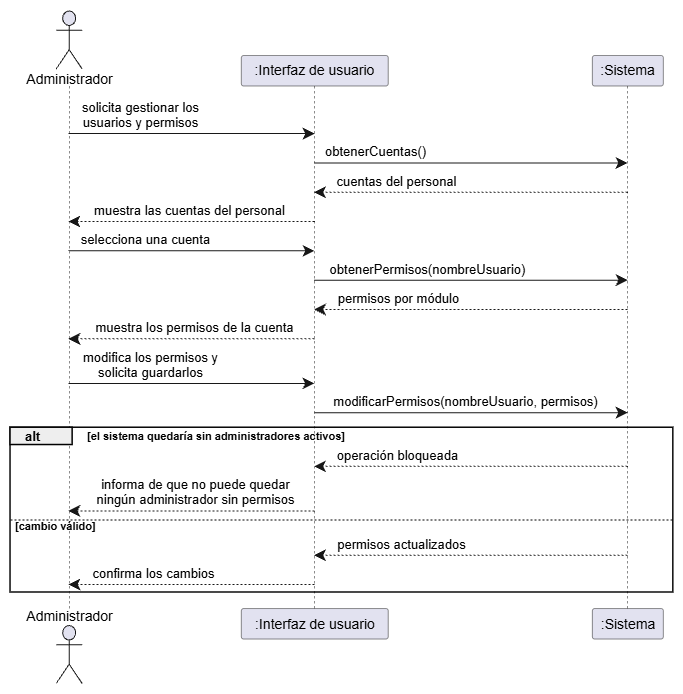
Earlier version of the draw.io export assets/DS GESTIONAR PERMISOS DEL SISTEMA.png (gis-ir/IR2627-G1-06). Source tidied: cells renumbered, new cells last; positions are measured from the earlier drawing's top-left corner, leaving out a move shared by most shapes.
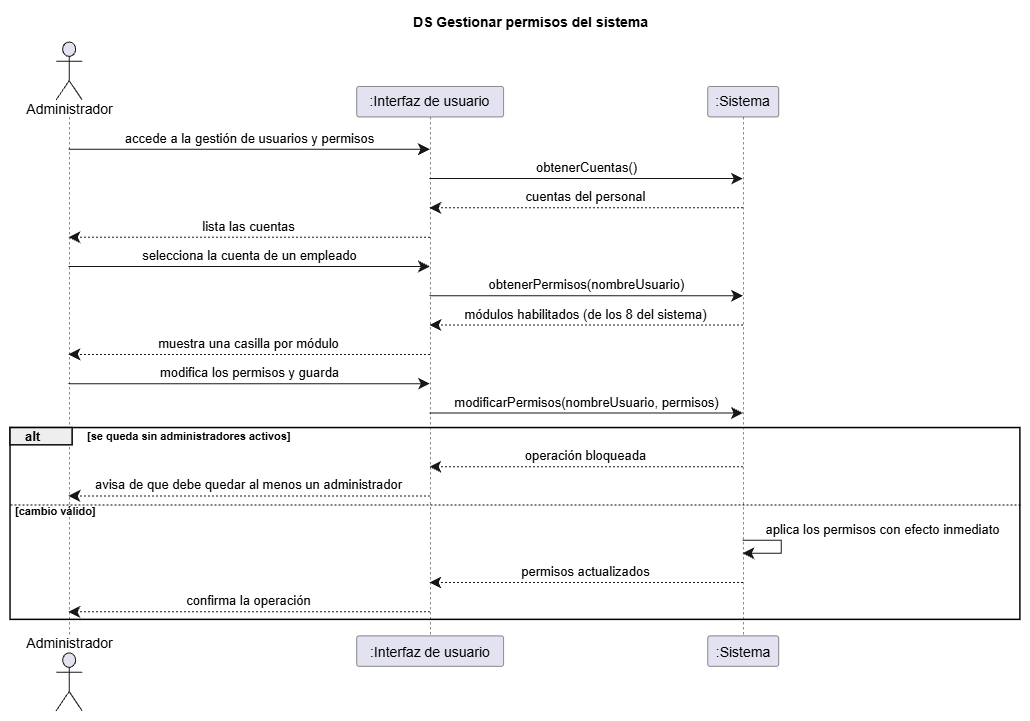
Above is the later version.

Diff of the diagram source:
```diff
@@ -5,135 +5,151 @@
     <mxCell id="2" style="group;transparentBounds=1;editIcon=1;lockedGroup=0;groupPadding=10;" parent="1" vertex="1">
       <mxGeometry as="geometry" />
     </mxCell>
-    <mxCell id="3" style="shape=umlLifeline;perimeter=lifelinePerimeter;participant=headless;size=75.49;lifelineMirror=1;dashPattern=5 5;outlineConnect=0;portConstraint=eastwest;newEdgeStyle={&quot;edgeStyle&quot;:&quot;sequenceEdgeStyle&quot;,&quot;libavoidRouting&quot;:0,&quot;curved&quot;:0,&quot;rounded&quot;:0};fillColor=none;strokeColor=#181818;strokeWidth=0.5;" parent="2" vertex="1">
-      <mxGeometry x="40" y="30" width="97.3" height="673.5" as="geometry" />
-    </mxCell>
+    <mxCell id="27" style="shape=umlLifeline;perimeter=lifelinePerimeter;participant=headless;size=75.49;lifelineMirror=1;dashPattern=5 5;outlineConnect=0;portConstraint=eastwest;newEdgeStyle={&quot;edgeStyle&quot;:&quot;sequenceEdgeStyle&quot;,&quot;libavoidRouting&quot;:0,&quot;curved&quot;:0,&quot;rounded&quot;:0};fillColor=none;strokeColor=#181818;strokeWidth=0.5;" parent="2" vertex="1">
+      <mxGeometry x="40" y="61" width="97.3" height="669.9" as="geometry" />
+    </mxCell>
-    <mxCell id="4" value="Administrador" style="shape=umlActor;verticalLabelPosition=bottom;verticalAlign=top;spacingTop=-5;fillColor=#E2E2F0;strokeColor=#181818;fontColor=#000000;fontSize=14;html=1;shadow=0;" parent="3" vertex="1">
+    <mxCell id="4" value="Administrador" style="shape=umlActor;verticalLabelPosition=bottom;verticalAlign=top;spacingTop=-5;fillColor=#E2E2F0;strokeColor=#181818;fontColor=#000000;fontSize=14;html=1;shadow=0;" parent="27" vertex="1">
       <mxGeometry x="35.6" y="0.5" width="26" height="58" as="geometry" />
     </mxCell>
-    <mxCell id="5" value="Administrador" style="shape=umlActor;verticalLabelPosition=top;verticalAlign=bottom;spacingBottom=-2.5;fillColor=#E2E2F0;strokeColor=#181818;fontColor=#000000;fontSize=14;html=1;shadow=0;" parent="3" vertex="1">
-      <mxGeometry x="35.6" y="615" width="26" height="58" as="geometry" />
+    <mxCell id="5" value="Administrador" style="shape=umlActor;verticalLabelPosition=top;verticalAlign=bottom;spacingBottom=-2.5;fillColor=#E2E2F0;strokeColor=#181818;fontColor=#000000;fontSize=14;html=1;shadow=0;" parent="27" vertex="1">
+      <mxGeometry x="35.6" y="611.4" width="26" height="58" as="geometry" />
     </mxCell>
     <mxCell id="6" value=":Interfaz de usuario" style="shape=umlLifeline;perimeter=lifelinePerimeter;size=30.49;lifelineMirror=1;dashPattern=5 5;outlineConnect=0;portConstraint=eastwest;newEdgeStyle={&quot;edgeStyle&quot;:&quot;sequenceEdgeStyle&quot;,&quot;libavoidRouting&quot;:0,&quot;curved&quot;:0,&quot;rounded&quot;:0};rounded=1;absoluteArcSize=1;arcSize=5;fillColor=#E2E2F0;strokeColor=#181818;strokeWidth=0.5;fontColor=#000000;fontSize=14;whiteSpace=wrap;html=1;shadow=0;" parent="2" vertex="1">
-      <mxGeometry x="260.8" y="75" width="146.9" height="583.5" as="geometry" />
+      <mxGeometry x="376.2" y="106" width="146.9" height="579.9" as="geometry" />
     </mxCell>
     <mxCell id="7" value=":Sistema" style="shape=umlLifeline;perimeter=lifelinePerimeter;size=30.49;lifelineMirror=1;dashPattern=5 5;outlineConnect=0;portConstraint=eastwest;newEdgeStyle={&quot;edgeStyle&quot;:&quot;sequenceEdgeStyle&quot;,&quot;libavoidRouting&quot;:0,&quot;curved&quot;:0,&quot;rounded&quot;:0};rounded=1;absoluteArcSize=1;arcSize=5;fillColor=#E2E2F0;strokeColor=#181818;strokeWidth=0.5;fontColor=#000000;fontSize=14;whiteSpace=wrap;html=1;shadow=0;" parent="2" vertex="1">
-      <mxGeometry x="611.9" y="75" width="71" height="583.5" as="geometry" />
+      <mxGeometry x="727.2" y="106" width="71" height="579.9" as="geometry" />
     </mxCell>
-    <mxCell id="8" style="rounded=0;fillColor=none;strokeColor=#000000;strokeWidth=1.5;shadow=0;" parent="2" vertex="1">
-      <mxGeometry x="30" y="447.2" width="662.8" height="164.8" as="geometry" />
-    </mxCell>
+    <mxCell id="28" style="rounded=0;fillColor=none;strokeColor=#000000;strokeWidth=1.5;shadow=0;" parent="2" vertex="1">
+      <mxGeometry x="30" y="447.5" width="1009.9" height="191.8" as="geometry" />
+    </mxCell>
-    <mxCell id="9" value="alt" style="rounded=0;fillColor=#EEEEEE;strokeColor=#000000;strokeWidth=1.5;fontColor=#000000;fontSize=13;fontStyle=1;align=left;spacingLeft=13;verticalAlign=middle;html=1;shadow=0;" parent="8" vertex="1">
+    <mxCell id="9" value="alt" style="rounded=0;fillColor=#EEEEEE;strokeColor=#000000;strokeWidth=1.5;fontColor=#000000;fontSize=13;fontStyle=1;align=left;spacingLeft=13;verticalAlign=middle;html=1;shadow=0;" parent="28" vertex="1">
       <mxGeometry width="62.1" height="17.3" as="geometry" />
     </mxCell>
-    <mxCell id="10" value="[el sistema quedaría sin administradores activos]" style="text;html=1;fontColor=#000000;fontSize=11;fontStyle=1;align=left;verticalAlign=middle;" parent="8" vertex="1">
-      <mxGeometry x="75.1" y="1" width="291.2" height="15" as="geometry" />
-    </mxCell>
-    <mxCell id="11" style="endArrow=none;html=1;strokeColor=#000000;strokeWidth=1;dashed=1;dashPattern=2 2;exitX=0;exitY=0.56;exitDx=0;exitDy=0;curved=0;rounded=0;endSize=6;fontSize=11;sourcePerimeterSpacing=0;targetPerimeterSpacing=0;" parent="8" edge="1" source="8">
-      <mxGeometry relative="1" as="geometry">
-        <mxPoint x="662.8" y="92.2" as="targetPoint" />
-      </mxGeometry>
-    </mxCell>
+    <mxCell id="29" value="[se queda sin administradores activos]" style="text;html=1;fontColor=#000000;fontSize=11;fontStyle=1;align=left;verticalAlign=middle;" parent="28" vertex="1">
+      <mxGeometry x="75.1" y="1" width="228.1" height="15" as="geometry" />
+    </mxCell>
+    <mxCell id="30" style="endArrow=none;html=1;strokeColor=#000000;strokeWidth=1;dashed=1;dashPattern=2 2;exitX=0;exitY=0.401;exitDx=0;exitDy=0;curved=0;rounded=0;endSize=6;fontSize=11;sourcePerimeterSpacing=0;targetPerimeterSpacing=0;" parent="28" edge="1" source="28">
+      <mxGeometry relative="1" as="geometry">
+        <mxPoint x="1009.9" y="76.9" as="targetPoint" />
+      </mxGeometry>
+    </mxCell>
-    <mxCell id="12" value="[cambio válido]" style="text;html=1;fontColor=#000000;fontSize=11;fontStyle=1;align=left;verticalAlign=middle;" parent="8" vertex="1">
-      <mxGeometry x="3" y="91.2" width="95.3" height="15" as="geometry" />
+    <mxCell id="12" value="[cambio válido]" style="text;html=1;fontColor=#000000;fontSize=11;fontStyle=1;align=left;verticalAlign=middle;" parent="28" vertex="1">
+      <mxGeometry x="3" y="75.9" width="95.3" height="15" as="geometry" />
     </mxCell>
-    <mxCell id="13" value="solicita gestionar los&#10;usuarios y permisos" style="endArrow=classic;endFill=1;endSize=9;html=1;edgeStyle=sequenceEdgeStyle;libavoidRouting=0;curved=0;rounded=0;strokeColor=#181818;strokeWidth=1;fontColor=#000000;fontSize=13;verticalAlign=bottom;labelBackgroundColor=none;sourcePerimeterSpacing=0;targetPerimeterSpacing=0;" parent="2" edge="1" source="3" target="6">
-      <mxGeometry x="-0.41" relative="1" as="geometry">
-        <Array as="points">
-          <mxPoint x="211" y="153.1" />
-        </Array>
-      </mxGeometry>
-    </mxCell>
+    <mxCell id="31" value="accede a la gestión de usuarios y permisos" style="endArrow=classic;endFill=1;endSize=9;html=1;edgeStyle=sequenceEdgeStyle;libavoidRouting=0;curved=0;rounded=0;strokeColor=#181818;strokeWidth=1;fontColor=#000000;fontSize=13;verticalAlign=bottom;labelBackgroundColor=none;align=center;sourcePerimeterSpacing=0;targetPerimeterSpacing=0;" parent="2" edge="1" source="27" target="6">
+      <mxGeometry relative="1" as="geometry">
+        <Array as="points">
+          <mxPoint x="269" y="168.8" />
+        </Array>
+      </mxGeometry>
+    </mxCell>
-    <mxCell id="14" value="obtenerCuentas()" style="endArrow=classic;endFill=1;endSize=9;html=1;edgeStyle=sequenceEdgeStyle;libavoidRouting=0;curved=0;rounded=0;strokeColor=#181818;strokeWidth=1;fontColor=#000000;fontSize=13;verticalAlign=bottom;labelBackgroundColor=none;sourcePerimeterSpacing=0;targetPerimeterSpacing=0;" parent="2" edge="1" source="6" target="7">
-      <mxGeometry x="-0.61" relative="1" as="geometry">
+    <mxCell id="14" value="obtenerCuentas()" style="endArrow=classic;endFill=1;endSize=9;html=1;edgeStyle=sequenceEdgeStyle;libavoidRouting=0;curved=0;rounded=0;strokeColor=#181818;strokeWidth=1;fontColor=#000000;fontSize=13;verticalAlign=bottom;labelBackgroundColor=none;align=center;sourcePerimeterSpacing=0;targetPerimeterSpacing=0;" parent="2" edge="1" source="6" target="7">
+      <mxGeometry relative="1" as="geometry">
         <Array as="points">
-          <mxPoint x="491" y="182.4" />
+          <mxPoint x="606" y="198.1" />
         </Array>
       </mxGeometry>
     </mxCell>
-    <mxCell id="15" value="cuentas del personal" style="endArrow=classic;endFill=1;endSize=9;html=1;edgeStyle=sequenceEdgeStyle;libavoidRouting=0;curved=0;rounded=0;strokeColor=#181818;strokeWidth=1;fontColor=#000000;fontSize=13;verticalAlign=bottom;labelBackgroundColor=none;dashed=1;dashPattern=2 2;sourcePerimeterSpacing=0;targetPerimeterSpacing=0;" parent="2" edge="1" source="7" target="6">
-      <mxGeometry x="0.47" relative="1" as="geometry">
+    <mxCell id="15" value="cuentas del personal" style="endArrow=classic;endFill=1;endSize=9;html=1;edgeStyle=sequenceEdgeStyle;libavoidRouting=0;curved=0;rounded=0;strokeColor=#181818;strokeWidth=1;fontColor=#000000;fontSize=13;verticalAlign=bottom;labelBackgroundColor=none;dashed=1;dashPattern=2 2;align=center;sourcePerimeterSpacing=0;targetPerimeterSpacing=0;" parent="2" edge="1" source="7" target="6">
+      <mxGeometry relative="1" as="geometry">
         <Array as="points">
-          <mxPoint x="491" y="211.7" />
+          <mxPoint x="606" y="227.4" />
         </Array>
       </mxGeometry>
     </mxCell>
-    <mxCell id="16" value="muestra las cuentas del personal" style="endArrow=classic;endFill=1;endSize=9;html=1;edgeStyle=sequenceEdgeStyle;libavoidRouting=0;curved=0;rounded=0;strokeColor=#181818;strokeWidth=1;fontColor=#000000;fontSize=13;verticalAlign=bottom;labelBackgroundColor=none;dashed=1;dashPattern=2 2;sourcePerimeterSpacing=0;targetPerimeterSpacing=0;" parent="2" edge="1" source="6" target="3">
-      <mxGeometry x="0.02" relative="1" as="geometry">
-        <Array as="points">
-          <mxPoint x="211" y="241" />
-        </Array>
-      </mxGeometry>
-    </mxCell>
-    <mxCell id="17" value="selecciona una cuenta" style="endArrow=classic;endFill=1;endSize=9;html=1;edgeStyle=sequenceEdgeStyle;libavoidRouting=0;curved=0;rounded=0;strokeColor=#181818;strokeWidth=1;fontColor=#000000;fontSize=13;verticalAlign=bottom;labelBackgroundColor=none;sourcePerimeterSpacing=0;targetPerimeterSpacing=0;" parent="2" edge="1" source="3" target="6">
-      <mxGeometry x="-0.38" relative="1" as="geometry">
-        <Array as="points">
-          <mxPoint x="211" y="270.4" />
-        </Array>
-      </mxGeometry>
-    </mxCell>
+    <mxCell id="32" value="lista las cuentas" style="endArrow=classic;endFill=1;endSize=9;html=1;edgeStyle=sequenceEdgeStyle;libavoidRouting=0;curved=0;rounded=0;strokeColor=#181818;strokeWidth=1;fontColor=#000000;fontSize=13;verticalAlign=bottom;labelBackgroundColor=none;dashed=1;dashPattern=2 2;align=center;sourcePerimeterSpacing=0;targetPerimeterSpacing=0;" parent="2" edge="1" source="6" target="27">
+      <mxGeometry relative="1" as="geometry">
+        <Array as="points">
+          <mxPoint x="269" y="256.7" />
+        </Array>
+      </mxGeometry>
+    </mxCell>
+    <mxCell id="33" value="selecciona la cuenta de un empleado" style="endArrow=classic;endFill=1;endSize=9;html=1;edgeStyle=sequenceEdgeStyle;libavoidRouting=0;curved=0;rounded=0;strokeColor=#181818;strokeWidth=1;fontColor=#000000;fontSize=13;verticalAlign=bottom;labelBackgroundColor=none;align=center;sourcePerimeterSpacing=0;targetPerimeterSpacing=0;" parent="2" edge="1" source="27" target="6">
+      <mxGeometry relative="1" as="geometry">
+        <Array as="points">
+          <mxPoint x="269" y="286" />
+        </Array>
+      </mxGeometry>
+    </mxCell>
-    <mxCell id="18" value="obtenerPermisos(nombreUsuario)" style="endArrow=classic;endFill=1;endSize=9;html=1;edgeStyle=sequenceEdgeStyle;libavoidRouting=0;curved=0;rounded=0;strokeColor=#181818;strokeWidth=1;fontColor=#000000;fontSize=13;verticalAlign=bottom;labelBackgroundColor=none;sourcePerimeterSpacing=0;targetPerimeterSpacing=0;" parent="2" edge="1" source="6" target="7">
-      <mxGeometry x="-0.28" relative="1" as="geometry">
+    <mxCell id="18" value="obtenerPermisos(nombreUsuario)" style="endArrow=classic;endFill=1;endSize=9;html=1;edgeStyle=sequenceEdgeStyle;libavoidRouting=0;curved=0;rounded=0;strokeColor=#181818;strokeWidth=1;fontColor=#000000;fontSize=13;verticalAlign=bottom;labelBackgroundColor=none;align=center;sourcePerimeterSpacing=0;targetPerimeterSpacing=0;" parent="2" edge="1" source="6" target="7">
+      <mxGeometry relative="1" as="geometry">
         <Array as="points">
-          <mxPoint x="491" y="299.7" />
+          <mxPoint x="606" y="315.3" />
         </Array>
       </mxGeometry>
     </mxCell>
-    <mxCell id="19" value="permisos por módulo" style="endArrow=classic;endFill=1;endSize=9;html=1;edgeStyle=sequenceEdgeStyle;libavoidRouting=0;curved=0;rounded=0;strokeColor=#181818;strokeWidth=1;fontColor=#000000;fontSize=13;verticalAlign=bottom;labelBackgroundColor=none;dashed=1;dashPattern=2 2;sourcePerimeterSpacing=0;targetPerimeterSpacing=0;" parent="2" edge="1" source="7" target="6">
-      <mxGeometry x="0.46" relative="1" as="geometry">
+    <mxCell id="19" value="módulos habilitados (de los 8 del sistema)" style="endArrow=classic;endFill=1;endSize=9;html=1;edgeStyle=sequenceEdgeStyle;libavoidRouting=0;curved=0;rounded=0;strokeColor=#181818;strokeWidth=1;fontColor=#000000;fontSize=13;verticalAlign=bottom;labelBackgroundColor=none;dashed=1;dashPattern=2 2;align=center;sourcePerimeterSpacing=0;targetPerimeterSpacing=0;" parent="2" edge="1" source="7" target="6">
+      <mxGeometry relative="1" as="geometry">
         <Array as="points">
-          <mxPoint x="491" y="329" />
+          <mxPoint x="606" y="344.6" />
         </Array>
       </mxGeometry>
     </mxCell>
-    <mxCell id="20" value="muestra los permisos de la cuenta" style="endArrow=classic;endFill=1;endSize=9;html=1;edgeStyle=sequenceEdgeStyle;libavoidRouting=0;curved=0;rounded=0;strokeColor=#181818;strokeWidth=1;fontColor=#000000;fontSize=13;verticalAlign=bottom;labelBackgroundColor=none;dashed=1;dashPattern=2 2;sourcePerimeterSpacing=0;targetPerimeterSpacing=0;" parent="2" edge="1" source="6" target="3">
-      <mxGeometry x="-0.02" relative="1" as="geometry">
-        <Array as="points">
-          <mxPoint x="211" y="358.3" />
-        </Array>
-      </mxGeometry>
-    </mxCell>
-    <mxCell id="21" value="modifica los permisos y&#10;solicita guardarlos" style="endArrow=classic;endFill=1;endSize=9;html=1;edgeStyle=sequenceEdgeStyle;libavoidRouting=0;curved=0;rounded=0;strokeColor=#181818;strokeWidth=1;fontColor=#000000;fontSize=13;verticalAlign=bottom;labelBackgroundColor=none;sourcePerimeterSpacing=0;targetPerimeterSpacing=0;" parent="2" edge="1" source="3" target="6">
-      <mxGeometry x="-0.33" relative="1" as="geometry">
-        <Array as="points">
-          <mxPoint x="211" y="402.9" />
-        </Array>
-      </mxGeometry>
-    </mxCell>
+    <mxCell id="34" value="muestra una casilla por módulo" style="endArrow=classic;endFill=1;endSize=9;html=1;edgeStyle=sequenceEdgeStyle;libavoidRouting=0;curved=0;rounded=0;strokeColor=#181818;strokeWidth=1;fontColor=#000000;fontSize=13;verticalAlign=bottom;labelBackgroundColor=none;dashed=1;dashPattern=2 2;align=center;sourcePerimeterSpacing=0;targetPerimeterSpacing=0;" parent="2" edge="1" source="6" target="27">
+      <mxGeometry relative="1" as="geometry">
+        <Array as="points">
+          <mxPoint x="269" y="373.9" />
+        </Array>
+      </mxGeometry>
+    </mxCell>
+    <mxCell id="35" value="modifica los permisos y guarda" style="endArrow=classic;endFill=1;endSize=9;html=1;edgeStyle=sequenceEdgeStyle;libavoidRouting=0;curved=0;rounded=0;strokeColor=#181818;strokeWidth=1;fontColor=#000000;fontSize=13;verticalAlign=bottom;labelBackgroundColor=none;align=center;sourcePerimeterSpacing=0;targetPerimeterSpacing=0;" parent="2" edge="1" source="27" target="6">
+      <mxGeometry relative="1" as="geometry">
+        <Array as="points">
+          <mxPoint x="269" y="403.2" />
+        </Array>
+      </mxGeometry>
+    </mxCell>
-    <mxCell id="22" value="modificarPermisos(nombreUsuario, permisos)" style="endArrow=classic;endFill=1;endSize=9;html=1;edgeStyle=sequenceEdgeStyle;libavoidRouting=0;curved=0;rounded=0;strokeColor=#181818;strokeWidth=1;fontColor=#000000;fontSize=13;verticalAlign=bottom;labelBackgroundColor=none;sourcePerimeterSpacing=0;targetPerimeterSpacing=0;" parent="2" edge="1" source="6" target="7">
-      <mxGeometry x="-0.04" relative="1" as="geometry">
+    <mxCell id="22" value="modificarPermisos(nombreUsuario, permisos)" style="endArrow=classic;endFill=1;endSize=9;html=1;edgeStyle=sequenceEdgeStyle;libavoidRouting=0;curved=0;rounded=0;strokeColor=#181818;strokeWidth=1;fontColor=#000000;fontSize=13;verticalAlign=bottom;labelBackgroundColor=none;align=center;sourcePerimeterSpacing=0;targetPerimeterSpacing=0;" parent="2" edge="1" source="6" target="7">
+      <mxGeometry relative="1" as="geometry">
         <Array as="points">
-          <mxPoint x="491" y="432.2" />
+          <mxPoint x="606" y="432.5" />
         </Array>
       </mxGeometry>
     </mxCell>
-    <mxCell id="23" value="operación bloqueada" style="endArrow=classic;endFill=1;endSize=9;html=1;edgeStyle=sequenceEdgeStyle;libavoidRouting=0;curved=0;rounded=0;strokeColor=#181818;strokeWidth=1;fontColor=#000000;fontSize=13;verticalAlign=bottom;labelBackgroundColor=none;dashed=1;dashPattern=2 2;sourcePerimeterSpacing=0;targetPerimeterSpacing=0;" parent="2" edge="1" source="7" target="6">
-      <mxGeometry x="0.47" relative="1" as="geometry">
+    <mxCell id="23" value="operación bloqueada" style="endArrow=classic;endFill=1;endSize=9;html=1;edgeStyle=sequenceEdgeStyle;libavoidRouting=0;curved=0;rounded=0;strokeColor=#181818;strokeWidth=1;fontColor=#000000;fontSize=13;verticalAlign=bottom;labelBackgroundColor=none;dashed=1;dashPattern=2 2;align=center;sourcePerimeterSpacing=0;targetPerimeterSpacing=0;" parent="2" edge="1" source="7" target="6">
+      <mxGeometry relative="1" as="geometry">
         <Array as="points">
-          <mxPoint x="491" y="485.8" />
+          <mxPoint x="606" y="486.2" />
         </Array>
       </mxGeometry>
     </mxCell>
-    <mxCell id="24" value="informa de que no puede quedar&#10;ningún administrador sin permisos" style="endArrow=classic;endFill=1;endSize=9;html=1;edgeStyle=sequenceEdgeStyle;libavoidRouting=0;curved=0;rounded=0;strokeColor=#181818;strokeWidth=1;fontColor=#000000;fontSize=13;verticalAlign=bottom;labelBackgroundColor=none;dashed=1;dashPattern=2 2;sourcePerimeterSpacing=0;targetPerimeterSpacing=0;" parent="2" edge="1" source="6" target="3">
-      <mxGeometry x="-0.04" relative="1" as="geometry">
-        <Array as="points">
-          <mxPoint x="211" y="530.5" />
-        </Array>
-      </mxGeometry>
-    </mxCell>
+    <mxCell id="36" value="avisa de que debe quedar al menos un administrador" style="endArrow=classic;endFill=1;endSize=9;html=1;edgeStyle=sequenceEdgeStyle;libavoidRouting=0;curved=0;rounded=0;strokeColor=#181818;strokeWidth=1;fontColor=#000000;fontSize=13;verticalAlign=bottom;labelBackgroundColor=none;dashed=1;dashPattern=2 2;align=center;sourcePerimeterSpacing=0;targetPerimeterSpacing=0;" parent="2" edge="1" source="6" target="27">
+      <mxGeometry relative="1" as="geometry">
+        <Array as="points">
+          <mxPoint x="269" y="515.5" />
+        </Array>
+      </mxGeometry>
+    </mxCell>
+    <mxCell id="37" style="endArrow=classic;endFill=1;endSize=9;html=1;edgeStyle=sequenceEdgeStyle;libavoidRouting=0;curved=0;rounded=0;strokeColor=#181818;strokeWidth=1;align=center;fontSize=11;sourcePerimeterSpacing=0;targetPerimeterSpacing=0;" parent="2" edge="1" source="7" target="7">
+      <mxGeometry relative="1" as="geometry">
+        <Array as="points">
+          <mxPoint x="800.7" y="559.7" />
+          <mxPoint x="800.7" y="572.7" />
+        </Array>
+      </mxGeometry>
+    </mxCell>
+    <mxCell id="38" value="aplica los permisos con efecto inmediato" style="text;html=1;fontColor=#000000;fontSize=13;align=center;verticalAlign=middle;" parent="37" vertex="1">
+      <mxGeometry x="-1" width="264.18" height="18.31" relative="1" as="geometry">
+        <mxPoint x="7.8" y="-20.3" as="offset" />
+      </mxGeometry>
+    </mxCell>
-    <mxCell id="25" value="permisos actualizados" style="endArrow=classic;endFill=1;endSize=9;html=1;edgeStyle=sequenceEdgeStyle;libavoidRouting=0;curved=0;rounded=0;strokeColor=#181818;strokeWidth=1;fontColor=#000000;fontSize=13;verticalAlign=bottom;labelBackgroundColor=none;dashed=1;dashPattern=2 2;sourcePerimeterSpacing=0;targetPerimeterSpacing=0;" parent="2" edge="1" source="7" target="6">
-      <mxGeometry x="0.44" relative="1" as="geometry">
+    <mxCell id="25" value="permisos actualizados" style="endArrow=classic;endFill=1;endSize=9;html=1;edgeStyle=sequenceEdgeStyle;libavoidRouting=0;curved=0;rounded=0;strokeColor=#181818;strokeWidth=1;fontColor=#000000;fontSize=13;verticalAlign=bottom;labelBackgroundColor=none;dashed=1;dashPattern=2 2;align=center;sourcePerimeterSpacing=0;targetPerimeterSpacing=0;" parent="2" edge="1" source="7" target="6">
+      <mxGeometry relative="1" as="geometry">
         <Array as="points">
-          <mxPoint x="491" y="574.7" />
+          <mxPoint x="606" y="602.1" />
         </Array>
       </mxGeometry>
     </mxCell>
-    <mxCell id="26" value="confirma los cambios" style="endArrow=classic;endFill=1;endSize=9;html=1;edgeStyle=sequenceEdgeStyle;libavoidRouting=0;curved=0;rounded=0;strokeColor=#181818;strokeWidth=1;fontColor=#000000;fontSize=13;verticalAlign=bottom;labelBackgroundColor=none;dashed=1;dashPattern=2 2;sourcePerimeterSpacing=0;targetPerimeterSpacing=0;" parent="2" edge="1" source="6" target="3">
-      <mxGeometry x="0.31" relative="1" as="geometry">
-        <Array as="points">
-          <mxPoint x="211" y="604" />
-        </Array>
-      </mxGeometry>
-    </mxCell>
+    <mxCell id="39" value="confirma la operación" style="endArrow=classic;endFill=1;endSize=9;html=1;edgeStyle=sequenceEdgeStyle;libavoidRouting=0;curved=0;rounded=0;strokeColor=#181818;strokeWidth=1;fontColor=#000000;fontSize=13;verticalAlign=bottom;labelBackgroundColor=none;dashed=1;dashPattern=2 2;align=center;sourcePerimeterSpacing=0;targetPerimeterSpacing=0;" parent="2" edge="1" source="6" target="27">
+      <mxGeometry relative="1" as="geometry">
+        <Array as="points">
+          <mxPoint x="269" y="631.4" />
+        </Array>
+      </mxGeometry>
+    </mxCell>
+    <mxCell id="40" value="DS Gestionar permisos del sistema" style="text;html=1;fillColor=none;strokeColor=none;fontSize=14;fontStyle=1;fontColor=#000000;align=center;verticalAlign=middle;" parent="2" vertex="1">
+      <mxGeometry x="419.5" y="30" width="261.9" height="24" as="geometry" />
+    </mxCell>
   </root>
 </mxGraphModel>
```
